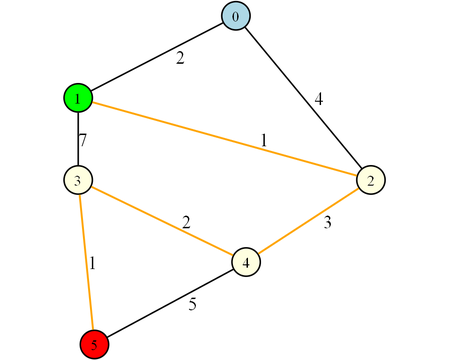
This is example.png from Arpit-Singh-Chauhan/Path-Finder, a Graphviz export, as it was before one commit. Its source is kept beside it as example.dot.
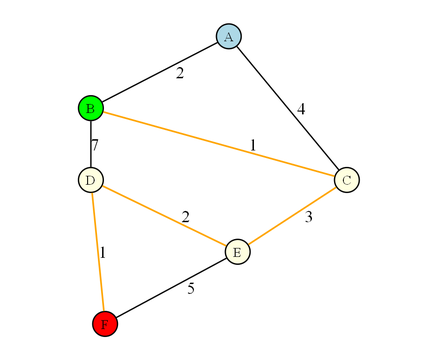
After the change.

The edit, as a diff of the source:
```diff
@@ -4,6 +4,7 @@
     size = "10,8"
     nodesep = 0.8           //horizontal spacing
     ranksep = 1.2           // vertical spacing
+    pad = "1.0"
 
     node [
         shape=circle
@@ -18,19 +19,19 @@
         penwidth = 4
     ]
 
-    0 -- 1 [label="2"];
-    0 -- 2 [label="4"];
-    1 [fillcolor=green];
-    1 -- 2 [label="1", color=orange, penwidth=5];
-    1 -- 3 [label="7"];
-    2 [fillcolor=lightyellow];
-    2 -- 4 [label="3", color=orange, penwidth=5];
-    3 [fillcolor=lightyellow];
-    3 -- 5 [label="1", color=orange, penwidth=5];
-    3 -- 4 [label="2", color=orange, penwidth=5];
-    4 [fillcolor=lightyellow];
-    4 -- 5 [label="5"];
-    5 [fillcolor=red];
+    A -- B [label="2"];
+    A -- C [label="4"];
+    B [fillcolor=green];
+    B -- C [label="1", color=orange, penwidth=5];
+    B -- D [label="7"];
+    C [fillcolor=lightyellow];
+    C -- E [label="3", color=orange, penwidth=5];
+    D [fillcolor=lightyellow];
+    D -- F [label="1", color=orange, penwidth=5];
+    D -- E [label="2", color=orange, penwidth=5];
+    E [fillcolor=lightyellow];
+    E -- F [label="5"];
+    F [fillcolor=red];
 }
 
 
```
